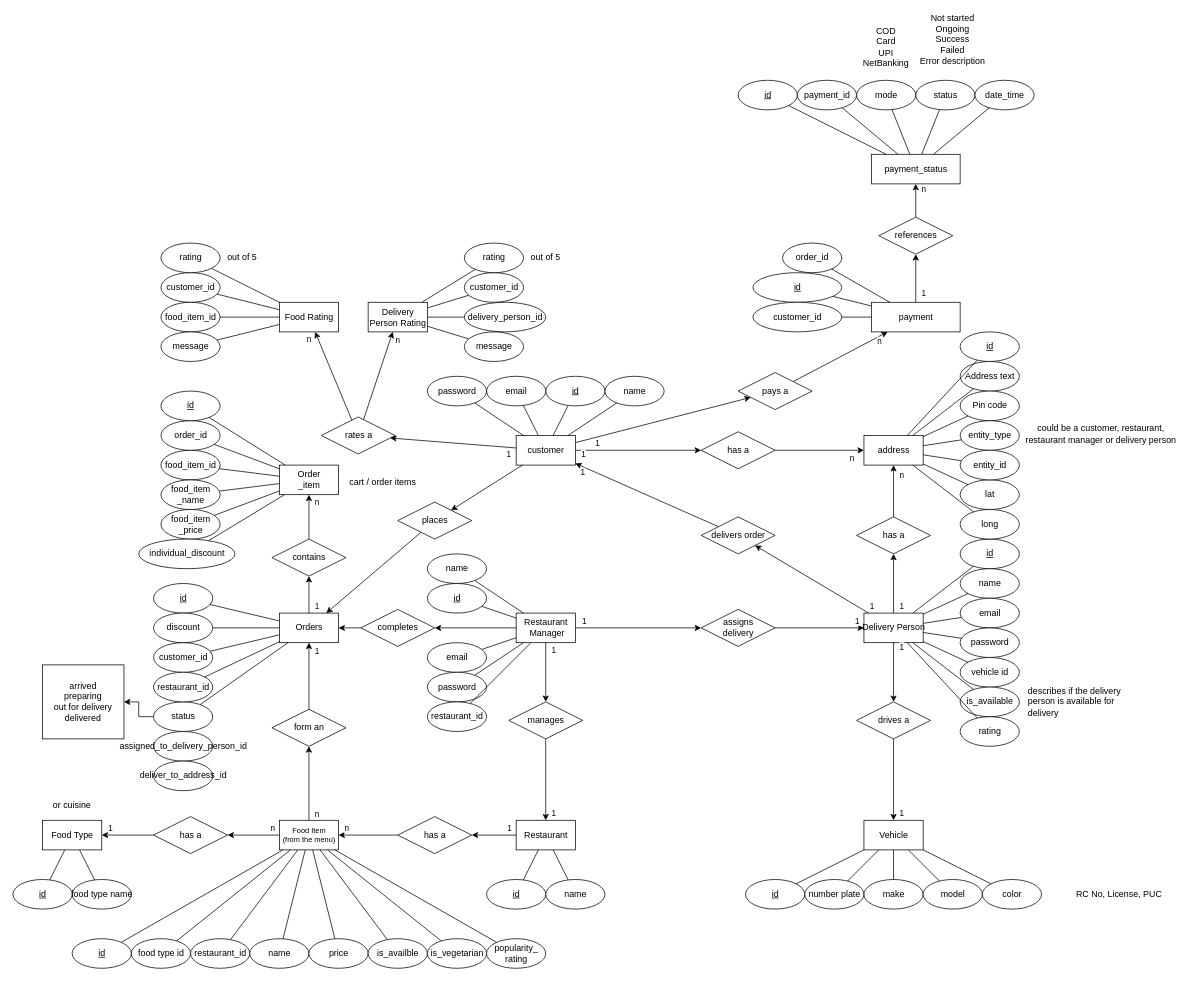
Earlier version of the draw.io diagram diagrams/ER/ER diagram.drawio (callofthewild/hunger-buzz). Source tidied: cells renumbered, new cells numbered last; positions are measured from the earlier drawing's top-left corner, leaving out a move shared by most shapes. Both pictures are drawn from the tidied source at 74%, with x=0, y=0 at pixel (13, 13).
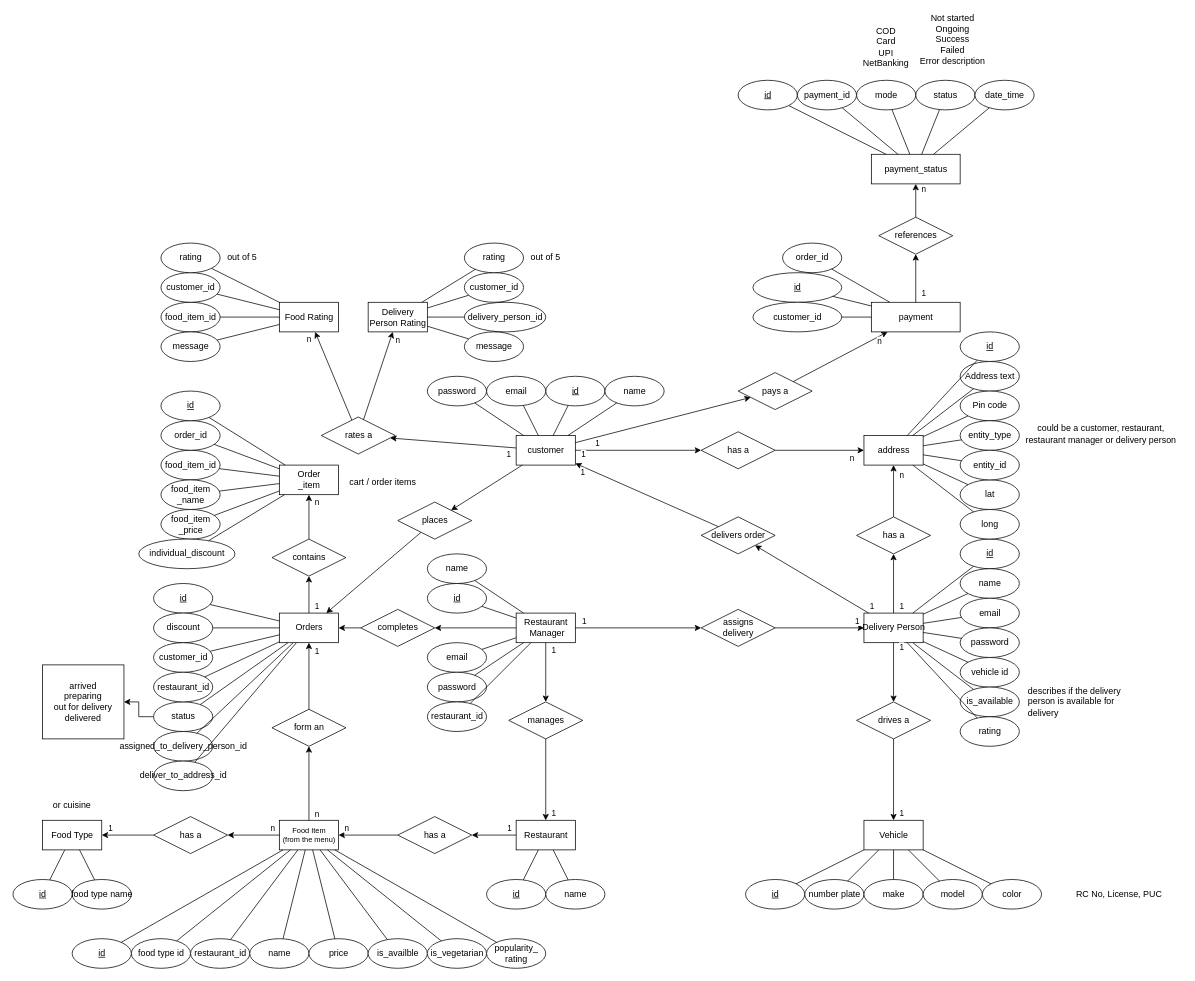
Above is the later version.

The change refers to these unchanged cells:
```xml
<mxCell id="67" value="&lt;div&gt;Orders&lt;/div&gt;" style="rounded=0;html=1;" parent="1" vertex="1">
  <mxGeometry x="360" y="810" width="80" height="40" as="geometry" />
</mxCell>
<mxCell id="234" value="assigned_to_delivery_person_id" style="ellipse;html=1;" parent="1" vertex="1">
  <mxGeometry x="190" y="970" width="80" height="40" as="geometry" />
</mxCell>
<mxCell id="235" value="deliver_to_address_id" style="ellipse;html=1;" parent="1" vertex="1">
  <mxGeometry x="190" y="1010" width="80" height="40" as="geometry" />
</mxCell>
```

What changed in the source:
```diff
@@
+    <mxCell id="236" style="endArrow=none;html=1;rounded=0;" parent="1" edge="1" source="234" target="67">
+      <mxGeometry relative="1" as="geometry" />
+    </mxCell>
+    <mxCell id="237" style="endArrow=none;html=1;rounded=0;" parent="1" edge="1" source="235" target="67">
+      <mxGeometry relative="1" as="geometry" />
+    </mxCell>
```
